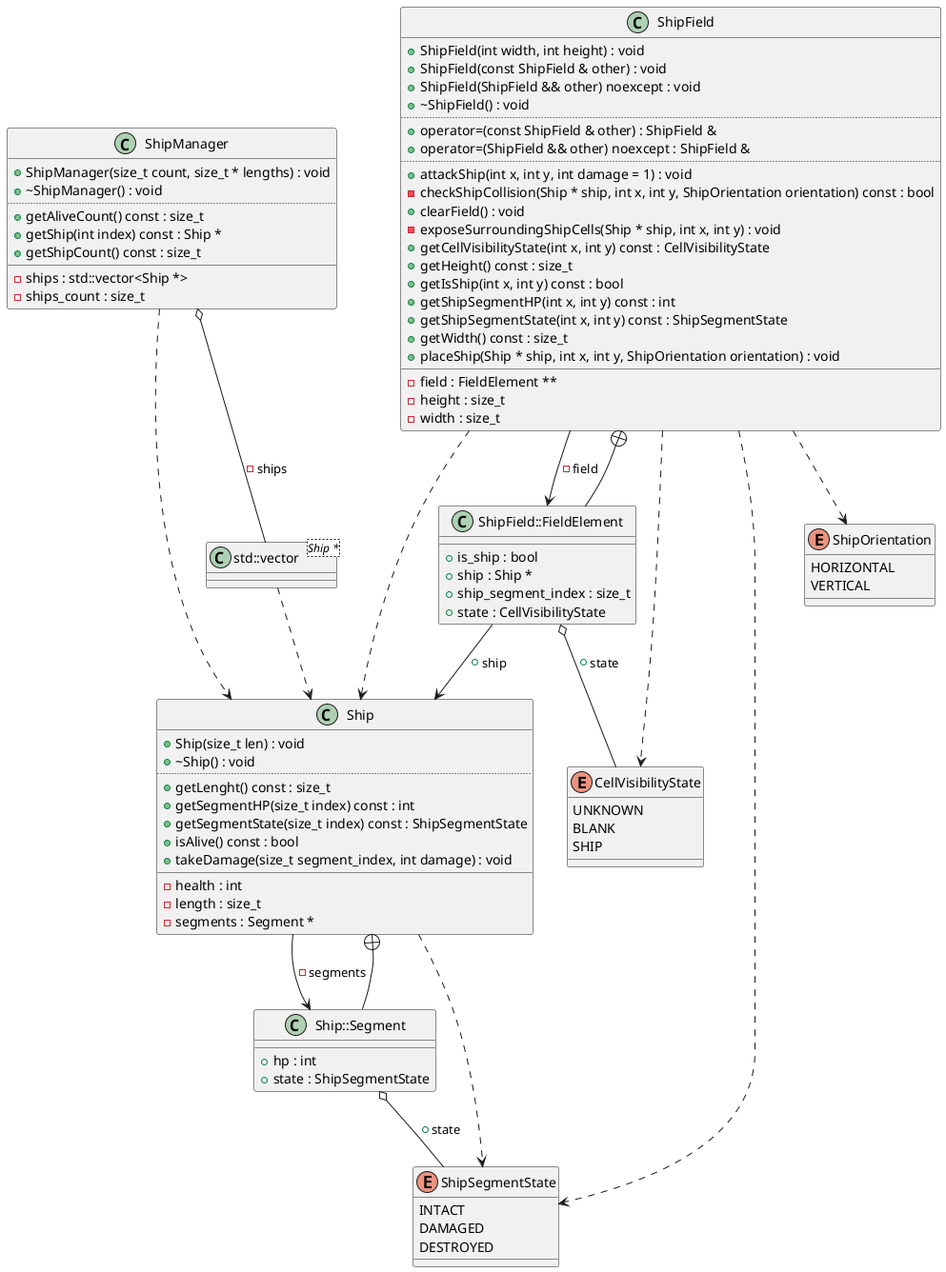
Earlier version of the PlantUML export diagrams/lb1.png (Rennelv/ships). Its diagram source:
```plantuml
@startuml
enum "ShipSegmentState" as C_0014256742677139282670
enum C_0014256742677139282670 {
INTACT
DAMAGED
DESTROYED
}
enum "ShipOrientation" as C_0002579181642537833876
enum C_0002579181642537833876 {
HORIZONTAL
VERTICAL
}
enum "CellVisibilityState" as C_0003333043679234439357
enum C_0003333043679234439357 {
UNKNOWN
BLANK
SHIP
}
class "std::vector<Ship *>" as C_0007462257846685508834
class C_0007462257846685508834 {
__
}
class "Ship" as C_0014529657433315016423
class C_0014529657433315016423 {
+Ship(size_t len) : void
+~Ship() : void
..
+getLenght() const : size_t
+getSegmentHP(size_t index) const : int
+getSegmentState(size_t index) const : ShipSegmentState
+isAlive() const : bool
+takeDamage(size_t segment_index, int damage) : void
__
-health : int
-length : size_t
-segments : Segment *
}
class "Ship::Segment" as C_0000674658759292391449
class C_0000674658759292391449 {
__
+hp : int
+state : ShipSegmentState
}
class "ShipField" as C_0003843296779074973901
class C_0003843296779074973901 {
+ShipField(int width, int height) : void
+ShipField(const ShipField & other) : void
+ShipField(ShipField && other) noexcept : void
+~ShipField() : void
..
+operator=(const ShipField & other) : ShipField &
+operator=(ShipField && other) noexcept : ShipField &
..
+attackShip(int x, int y, int damage = 1) : void
-checkShipCollision(Ship * ship, int x, int y, ShipOrientation orientation) const : bool
+clearField() : void
-exposeSurroundingShipCells(Ship * ship, int x, int y) : void
+getCellVisibilityState(int x, int y) const : CellVisibilityState
+getHeight() const : size_t
+getIsShip(int x, int y) const : bool
+getShipSegmentHP(int x, int y) const : int
+getShipSegmentState(int x, int y) const : ShipSegmentState
+getWidth() const : size_t
+placeShip(Ship * ship, int x, int y, ShipOrientation orientation) : void
__
-field : FieldElement **
-height : size_t
-width : size_t
}
class "ShipField::FieldElement" as C_0000316359785794417378
class C_0000316359785794417378 {
__
+is_ship : bool
+ship : Ship *
+ship_segment_index : size_t
+state : CellVisibilityState
}
class "ShipManager" as C_0017499122254539489506
class C_0017499122254539489506 {
+ShipManager(size_t count, size_t * lengths) : void
+~ShipManager() : void
..
+getAliveCount() const : size_t
+getShip(int index) const : Ship *
+getShipCount() const : size_t
__
-ships : std::vector<Ship *>
-ships_count : size_t
}
C_0007462257846685508834 ..> C_0014529657433315016423
C_0014529657433315016423 ..> C_0014256742677139282670
C_0014529657433315016423 --> C_0000674658759292391449 : -segments
C_0000674658759292391449 --+ C_0014529657433315016423
C_0000674658759292391449 o-- C_0014256742677139282670 : +state
C_0003843296779074973901 ..> C_0014529657433315016423
C_0003843296779074973901 ..> C_0002579181642537833876
C_0003843296779074973901 ..> C_0003333043679234439357
C_0003843296779074973901 ..> C_0014256742677139282670
C_0003843296779074973901 --> C_0000316359785794417378 : -field
C_0000316359785794417378 --+ C_0003843296779074973901
C_0000316359785794417378 o-- C_0003333043679234439357 : +state
C_0000316359785794417378 --> C_0014529657433315016423 : +ship
C_0017499122254539489506 ..> C_0014529657433315016423
C_0017499122254539489506 o-- C_0007462257846685508834 : -ships

@enduml
```
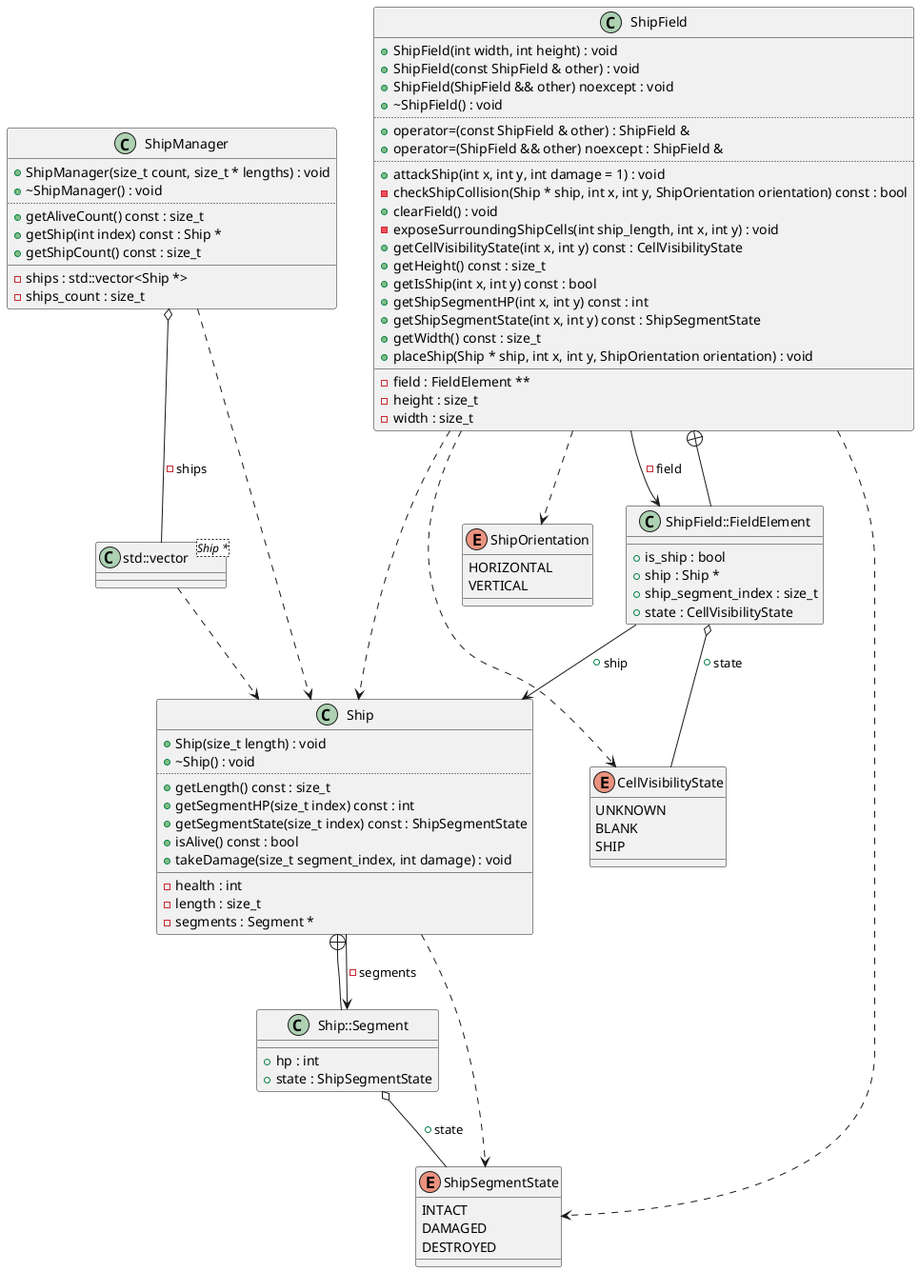
After the change.

What changed in the source:
```diff
@@ -1,4 +1,8 @@
 @startuml
+class "std::vector<Ship *>" as C_0007462257846685508834
+class C_0007462257846685508834 {
+__
+}
 enum "ShipSegmentState" as C_0014256742677139282670
 enum C_0014256742677139282670 {
 INTACT
@@ -16,16 +20,12 @@
 BLANK
 SHIP
 }
-class "std::vector<Ship *>" as C_0007462257846685508834
-class C_0007462257846685508834 {
-__
-}
 class "Ship" as C_0014529657433315016423
 class C_0014529657433315016423 {
-+Ship(size_t len) : void
++Ship(size_t length) : void
 +~Ship() : void
 ..
-+getLenght() const : size_t
++getLength() const : size_t
 +getSegmentHP(size_t index) const : int
 +getSegmentState(size_t index) const : ShipSegmentState
 +isAlive() const : bool
@@ -54,7 +54,7 @@
 +attackShip(int x, int y, int damage = 1) : void
 -checkShipCollision(Ship * ship, int x, int y, ShipOrientation orientation) const : bool
 +clearField() : void
--exposeSurroundingShipCells(Ship * ship, int x, int y) : void
+-exposeSurroundingShipCells(int ship_length, int x, int y) : void
 +getCellVisibilityState(int x, int y) const : CellVisibilityState
 +getHeight() const : size_t
 +getIsShip(int x, int y) const : bool
```
